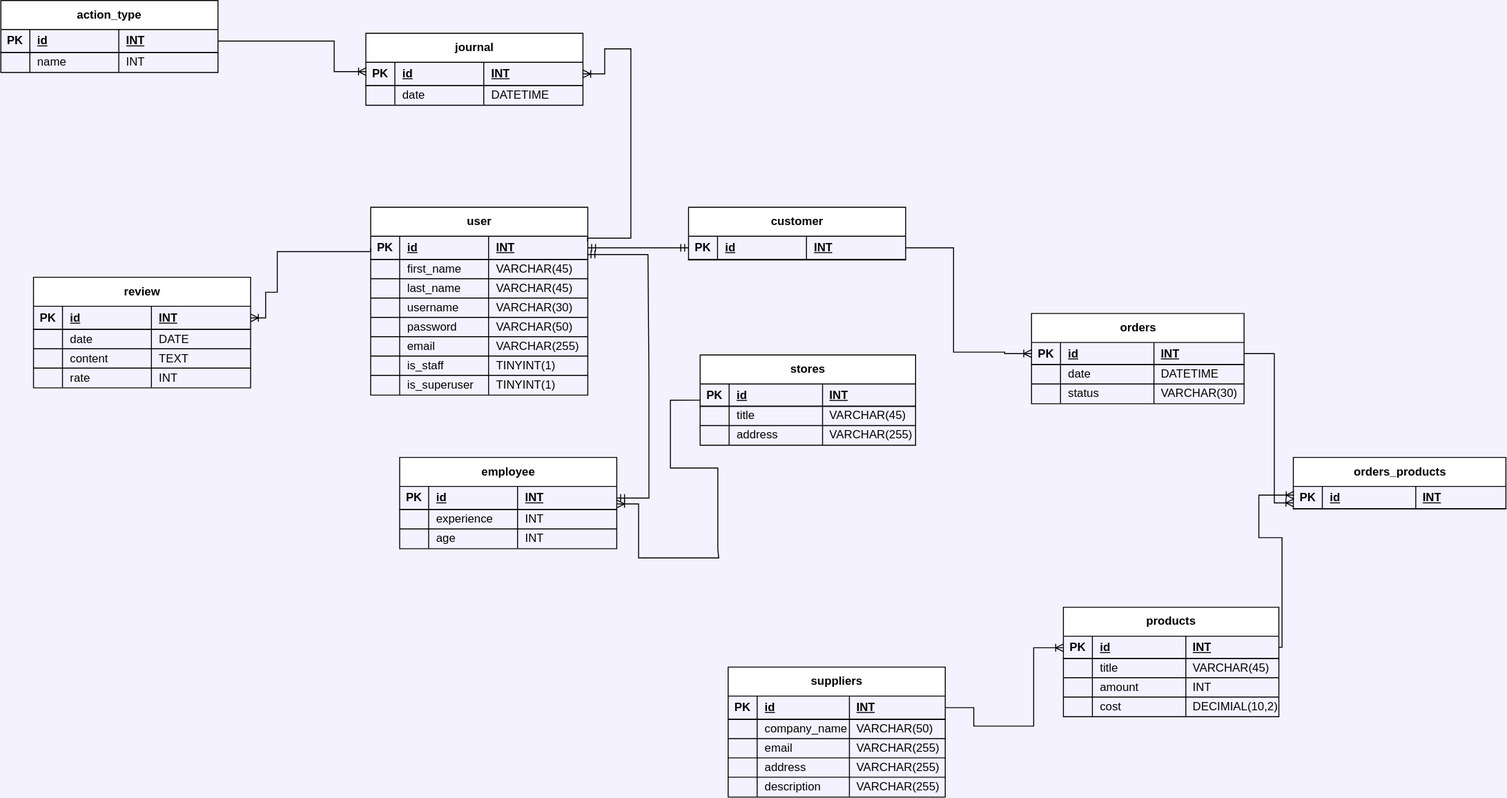
Before: DBNonNOrm.svg, a diagram exported from draw.io (PoltosSVA/BD). Source tidied: cells renumbered, new cells last; positions are measured from the earlier drawing's top-left corner, leaving out a move shared by most shapes.
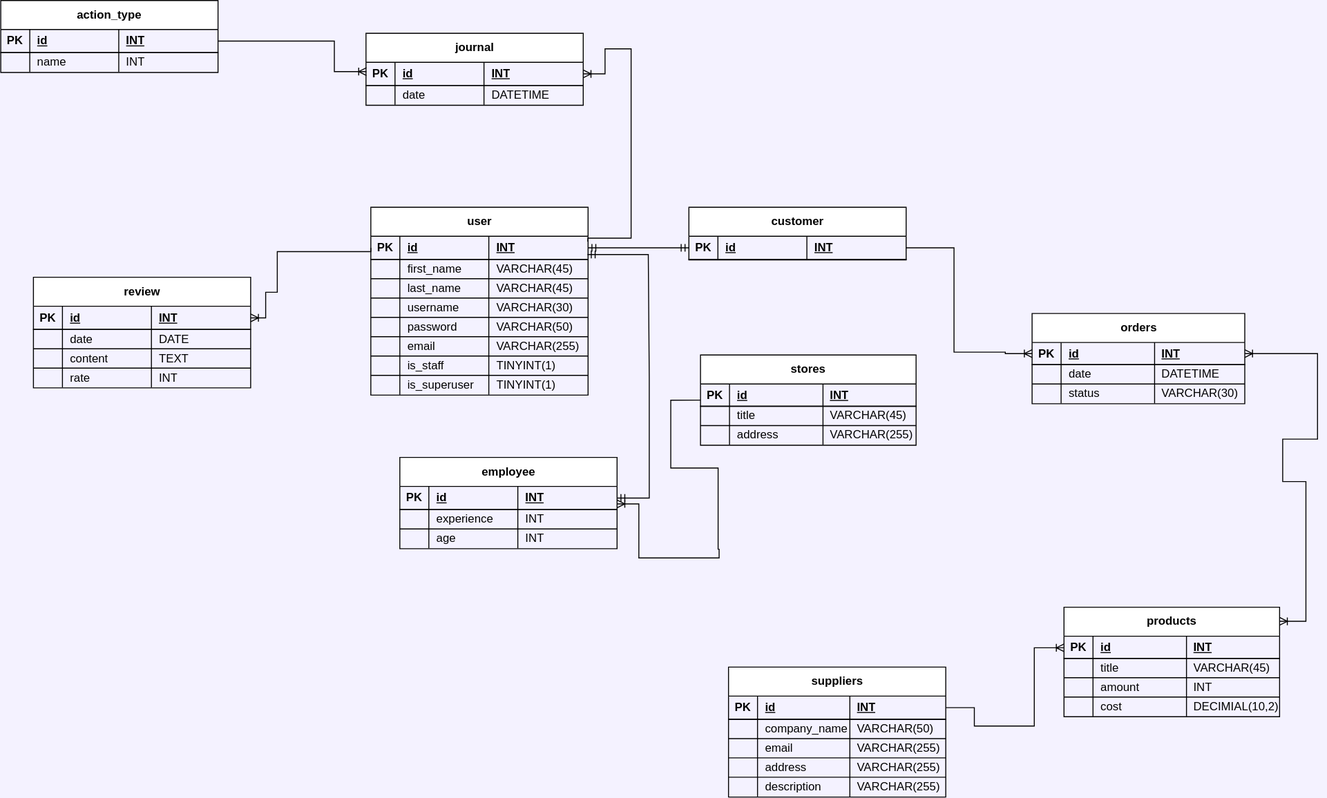
Later version of the same file.

Diff of the diagram source:
```diff
@@ -272,41 +272,6 @@
     <mxCell id="84" value="DECIMIAL(10,2)" style="shape=partialRectangle;fillColor=none;top=0;left=0;bottom=0;right=0;align=left;spacingLeft=6;overflow=hidden;whiteSpace=wrap;html=1;" parent="81" vertex="1">
       <mxGeometry x="126.7" width="96.3" height="20" as="geometry" />
     </mxCell>
-    <mxCell id="85" value="orders_products" style="shape=table;startSize=30;rowLines=1;fontStyle=1;align=center;html=1;" parent="1" vertex="1">
-      <mxGeometry x="1337.8" y="473" width="220" height="53.4" as="geometry" />
-    </mxCell>
-    <mxCell id="86" style="shape=tableRow;horizontal=0;startSize=0;swimlaneHead=0;swimlaneBody=0;fillColor=none;points=[[0,0.5],[1,0.5]];portConstraint=eastwest;top=0;left=0;right=0;bottom=1;" parent="85" vertex="1">
-      <mxGeometry y="30" width="220" height="23" as="geometry" />
-    </mxCell>
-    <mxCell id="87" value="PK" style="shape=partialRectangle;fillColor=none;top=0;left=0;bottom=0;right=0;fontStyle=1;overflow=hidden;whiteSpace=wrap;html=1;" parent="86" vertex="1">
-      <mxGeometry width="30" height="23" as="geometry" />
-    </mxCell>
-    <mxCell id="88" value="id" style="shape=partialRectangle;fillColor=none;top=0;left=0;bottom=0;right=0;align=left;spacingLeft=6;fontStyle=5;overflow=hidden;whiteSpace=wrap;html=1;" parent="86" vertex="1">
-      <mxGeometry x="30" width="96.7" height="23" as="geometry" />
-    </mxCell>
-    <mxCell id="89" value="INT" style="shape=partialRectangle;fillColor=none;top=0;left=0;bottom=0;right=0;align=left;spacingLeft=6;fontStyle=5;overflow=hidden;whiteSpace=wrap;html=1;" parent="86" vertex="1">
-      <mxGeometry x="126.7" width="93.3" height="23" as="geometry" />
-    </mxCell>
-    <mxCell id="90" style="edgeStyle=orthogonalEdgeStyle;fontSize=12;html=1;endArrow=ERoneToMany;rounded=0;entryX=0.001;entryY=0.754;entryDx=0;entryDy=0;exitX=1;exitY=0.5;exitDx=0;exitDy=0;entryPerimeter=0;" parent="1" edge="1" source="55" target="86">
-      <mxGeometry relative="1" as="geometry">
-        <Array as="points">
-          <mxPoint x="1318" y="366" />
-          <mxPoint x="1318" y="520" />
-          <mxPoint x="1338" y="520" />
-        </Array>
-      </mxGeometry>
-    </mxCell>
-    <mxCell id="91" style="edgeStyle=orthogonalEdgeStyle;fontSize=12;html=1;endArrow=ERoneToMany;rounded=0;entryX=0.003;entryY=0.383;entryDx=0;entryDy=0;exitX=1;exitY=0.5;exitDx=0;exitDy=0;entryPerimeter=0;" parent="1" edge="1" source="69" target="86">
-      <mxGeometry relative="1" as="geometry">
-        <Array as="points">
-          <mxPoint x="1326" y="670" />
-          <mxPoint x="1326" y="556" />
-          <mxPoint x="1302" y="556" />
-          <mxPoint x="1302" y="512" />
-          <mxPoint x="1338" y="512" />
-        </Array>
-      </mxGeometry>
-    </mxCell>
     <mxCell id="92" value="employee" style="shape=table;startSize=30;rowLines=1;fontStyle=1;align=center;html=1;" parent="1" vertex="1">
       <mxGeometry x="412.8" y="473" width="224.7" height="94.5" as="geometry" />
     </mxCell>
@@ -570,5 +535,17 @@
         </Array>
       </mxGeometry>
     </mxCell>
+    <mxCell id="167" style="edgeStyle=orthogonalEdgeStyle;fontSize=12;html=1;endArrow=ERoneToMany;rounded=0;entryX=1;entryY=0.5;entryDx=0;entryDy=0;startArrow=ERoneToMany;startFill=0;exitX=1;exitY=0.129;exitDx=0;exitDy=0;exitPerimeter=0;" parent="1" edge="1" source="68" target="55">
+      <mxGeometry relative="1" as="geometry">
+        <Array as="points">
+          <mxPoint x="1350" y="643" />
+          <mxPoint x="1350" y="498" />
+          <mxPoint x="1326" y="498" />
+          <mxPoint x="1326" y="454" />
+          <mxPoint x="1362" y="454" />
+          <mxPoint x="1362" y="366" />
+        </Array>
+      </mxGeometry>
+    </mxCell>
   </root>
 </mxGraphModel>
```
